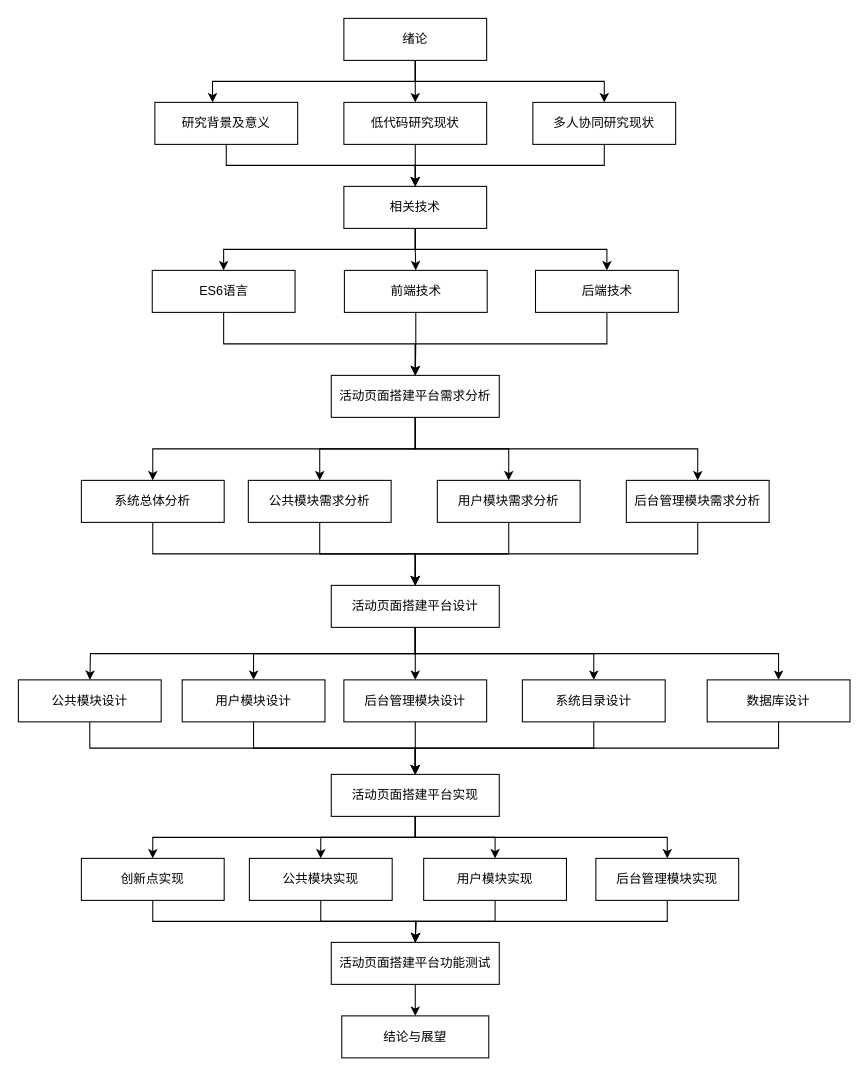
Before: 论文的技术路线图.drawio in yuxinyu12345/diagrams, a draw.io diagram. Source tidied: cells renumbered, new cells numbered last; positions are measured from the earlier drawing's top-left corner, leaving out a move shared by most shapes. Both pictures are drawn from the tidied source at 105%, with x=0, y=0 at pixel (18, 18).
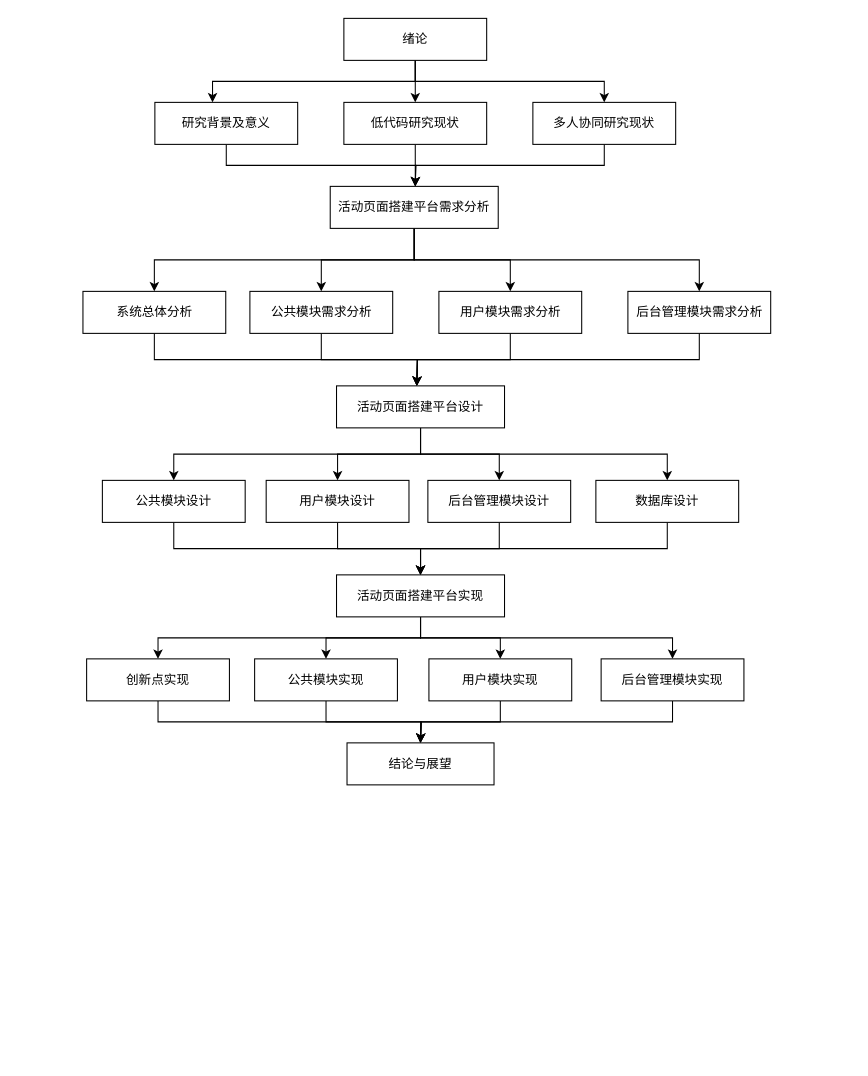
After the change.

Commit message (it also covers changes not shown here):
更新论文的技术路线图.drawio

Unchanged cells that the change refers to:
```xml
<mxCell id="6" value="研究背景及意义" style="rounded=0;whiteSpace=wrap;html=1;" parent="1" vertex="1">
  <mxGeometry x="130" y="80" width="136" height="40" as="geometry" />
</mxCell>
<mxCell id="8" value="低代码研究现状" style="rounded=0;whiteSpace=wrap;html=1;" parent="1" vertex="1">
  <mxGeometry x="310" y="80" width="136" height="40" as="geometry" />
</mxCell>
<mxCell id="10" value="多人协同研究现状" style="rounded=0;whiteSpace=wrap;html=1;" parent="1" vertex="1">
  <mxGeometry x="490" y="80" width="136" height="40" as="geometry" />
</mxCell>
```

What changed in the source:
```diff
@@
-    <mxCell id="5" style="edgeStyle=orthogonalEdgeStyle;rounded=0;jettySize=auto;html=1;exitX=0.5;exitY=1;exitDx=0;exitDy=0;entryX=0.5;entryY=0;entryDx=0;entryDy=0;" parent="1" edge="1" source="6" target="56">
-      <mxGeometry relative="1" as="geometry" />
+    <mxCell id="5" style="edgeStyle=orthogonalEdgeStyle;rounded=0;jettySize=auto;html=1;exitX=0.5;exitY=1;exitDx=0;exitDy=0;entryX=0.5;entryY=0;entryDx=0;entryDy=0;" parent="1" edge="1" source="6">
+      <mxGeometry relative="1" as="geometry">
+        <mxPoint x="378" y="160" as="targetPoint" />
+      </mxGeometry>
     </mxCell>
@@
-    <mxCell id="7" style="edgeStyle=orthogonalEdgeStyle;rounded=0;jettySize=auto;html=1;exitX=0.5;exitY=1;exitDx=0;exitDy=0;entryX=0.5;entryY=0;entryDx=0;entryDy=0;" parent="1" edge="1" source="8" target="56">
-      <mxGeometry relative="1" as="geometry" />
+    <mxCell id="7" style="edgeStyle=orthogonalEdgeStyle;rounded=0;jettySize=auto;html=1;exitX=0.5;exitY=1;exitDx=0;exitDy=0;entryX=0.5;entryY=0;entryDx=0;entryDy=0;" parent="1" edge="1" source="8">
+      <mxGeometry relative="1" as="geometry">
+        <mxPoint x="378" y="160" as="targetPoint" />
+      </mxGeometry>
     </mxCell>
@@
-    <mxCell id="9" style="edgeStyle=orthogonalEdgeStyle;rounded=0;jettySize=auto;html=1;exitX=0.5;exitY=1;exitDx=0;exitDy=0;entryX=0.5;entryY=0;entryDx=0;entryDy=0;" parent="1" edge="1" source="10" target="56">
-      <mxGeometry relative="1" as="geometry" />
+    <mxCell id="9" style="edgeStyle=orthogonalEdgeStyle;rounded=0;jettySize=auto;html=1;exitX=0.5;exitY=1;exitDx=0;exitDy=0;entryX=0.5;entryY=0;entryDx=0;entryDy=0;" parent="1" edge="1" source="10">
+      <mxGeometry relative="1" as="geometry">
+        <mxPoint x="378" y="160" as="targetPoint" />
+      </mxGeometry>
     </mxCell>
@@
+    <mxCell id="14" style="edgeStyle=orthogonalEdgeStyle;rounded=0;jettySize=auto;html=1;exitX=0.5;exitY=1;exitDx=0;exitDy=0;entryX=0.5;entryY=0;entryDx=0;entryDy=0;" parent="1" edge="1" source="15" target="66">
+      <mxGeometry relative="1" as="geometry" />
+    </mxCell>
-    <mxCell id="11" style="edgeStyle=orthogonalEdgeStyle;rounded=0;jettySize=auto;html=1;exitX=0.5;exitY=1;exitDx=0;exitDy=0;entryX=0.5;entryY=0;entryDx=0;entryDy=0;" parent="1" edge="1" source="15" target="17">
+    <mxCell id="11" style="edgeStyle=orthogonalEdgeStyle;rounded=0;jettySize=auto;html=1;exitX=0.5;exitY=1;exitDx=0;exitDy=0;" parent="1" edge="1" source="15" target="17">
       <mxGeometry relative="1" as="geometry" />
     </mxCell>
-    <mxCell id="12" style="edgeStyle=orthogonalEdgeStyle;rounded=0;jettySize=auto;html=1;exitX=0.5;exitY=1;exitDx=0;exitDy=0;entryX=0.5;entryY=0;entryDx=0;entryDy=0;" parent="1" edge="1" source="15" target="19">
+    <mxCell id="12" style="edgeStyle=orthogonalEdgeStyle;rounded=0;jettySize=auto;html=1;exitX=0.5;exitY=1;exitDx=0;exitDy=0;" parent="1" edge="1" source="15" target="19">
       <mxGeometry relative="1" as="geometry" />
     </mxCell>
-    <mxCell id="13" style="edgeStyle=orthogonalEdgeStyle;rounded=0;jettySize=auto;html=1;exitX=0.5;exitY=1;exitDx=0;exitDy=0;entryX=0.5;entryY=0;entryDx=0;entryDy=0;" parent="1" edge="1" source="15" target="21">
+    <mxCell id="13" style="edgeStyle=orthogonalEdgeStyle;rounded=0;jettySize=auto;html=1;exitX=0.5;exitY=1;exitDx=0;exitDy=0;" parent="1" edge="1" source="15" target="21">
       <mxGeometry relative="1" as="geometry" />
     </mxCell>
-    <mxCell id="14" style="edgeStyle=orthogonalEdgeStyle;rounded=0;jettySize=auto;html=1;exitX=0.5;exitY=1;exitDx=0;exitDy=0;entryX=0.5;entryY=0;entryDx=0;entryDy=0;" parent="1" edge="1" source="15" target="66">
-      <mxGeometry relative="1" as="geometry" />
-    </mxCell>
     <mxCell id="15" value="活动页面搭建平台需求分析" style="rounded=0;whiteSpace=wrap;html=1;" parent="1" vertex="1">
-      <mxGeometry x="298" y="340" width="160" height="40" as="geometry" />
+      <mxGeometry x="297" y="160" width="160" height="40" as="geometry" />
     </mxCell>
-    <mxCell id="16" style="edgeStyle=orthogonalEdgeStyle;rounded=0;jettySize=auto;html=1;exitX=0.5;exitY=1;exitDx=0;exitDy=0;entryX=0.5;entryY=0;entryDx=0;entryDy=0;" parent="1" edge="1" source="17" target="27">
-      <mxGeometry relative="1" as="geometry" />
+    <mxCell id="16" style="edgeStyle=orthogonalEdgeStyle;rounded=0;jettySize=auto;html=1;exitX=0.5;exitY=1;exitDx=0;exitDy=0;entryX=0.5;entryY=0;entryDx=0;entryDy=0;" parent="1" edge="1" source="17">
+      <mxGeometry relative="1" as="geometry">
+        <mxPoint x="379.5" y="350" as="targetPoint" />
+      </mxGeometry>
     </mxCell>
     <mxCell id="17" value="公共模块需求分析" style="rounded=0;whiteSpace=wrap;html=1;" parent="1" vertex="1">
-      <mxGeometry x="219" y="440" width="136" height="40" as="geometry" />
+      <mxGeometry x="220.5" y="260" width="136" height="40" as="geometry" />
     </mxCell>
-    <mxCell id="18" style="edgeStyle=orthogonalEdgeStyle;rounded=0;jettySize=auto;html=1;exitX=0.5;exitY=1;exitDx=0;exitDy=0;entryX=0.5;entryY=0;entryDx=0;entryDy=0;" parent="1" edge="1" source="19" target="27">
-      <mxGeometry relative="1" as="geometry" />
+    <mxCell id="18" style="edgeStyle=orthogonalEdgeStyle;rounded=0;jettySize=auto;html=1;exitX=0.5;exitY=1;exitDx=0;exitDy=0;entryX=0.5;entryY=0;entryDx=0;entryDy=0;" parent="1" edge="1" source="19">
+      <mxGeometry relative="1" as="geometry">
+        <mxPoint x="379.5" y="350" as="targetPoint" />
+      </mxGeometry>
     </mxCell>
     <mxCell id="19" value="用户模块需求分析" style="rounded=0;whiteSpace=wrap;html=1;" parent="1" vertex="1">
-      <mxGeometry x="399" y="440" width="136" height="40" as="geometry" />
+      <mxGeometry x="400.5" y="260" width="136" height="40" as="geometry" />
     </mxCell>
-    <mxCell id="20" style="edgeStyle=orthogonalEdgeStyle;rounded=0;jettySize=auto;html=1;exitX=0.5;exitY=1;exitDx=0;exitDy=0;entryX=0.5;entryY=0;entryDx=0;entryDy=0;" parent="1" edge="1" source="21" target="27">
-      <mxGeometry relative="1" as="geometry" />
+    <mxCell id="20" style="edgeStyle=orthogonalEdgeStyle;rounded=0;jettySize=auto;html=1;exitX=0.5;exitY=1;exitDx=0;exitDy=0;entryX=0.5;entryY=0;entryDx=0;entryDy=0;" parent="1" edge="1" source="21">
+      <mxGeometry relative="1" as="geometry">
+        <mxPoint x="379.5" y="350" as="targetPoint" />
+      </mxGeometry>
     </mxCell>
     <mxCell id="21" value="后台管理模块需求分析" style="rounded=0;whiteSpace=wrap;html=1;" parent="1" vertex="1">
-      <mxGeometry x="579" y="440" width="136" height="40" as="geometry" />
+      <mxGeometry x="580.5" y="260" width="136" height="40" as="geometry" />
     </mxCell>
-    <mxCell id="22" style="edgeStyle=orthogonalEdgeStyle;rounded=0;jettySize=auto;html=1;exitX=0.5;exitY=1;exitDx=0;exitDy=0;" parent="1" edge="1" source="27">
-      <mxGeometry relative="1" as="geometry">
-        <mxPoint x="68.1" y="630" as="targetPoint" />
-      </mxGeometry>
-    </mxCell>
@@
-    <mxCell id="25" style="edgeStyle=orthogonalEdgeStyle;rounded=0;jettySize=auto;html=1;exitX=0.5;exitY=1;exitDx=0;exitDy=0;" parent="1" edge="1" source="27" target="35">
-      <mxGeometry relative="1" as="geometry" />
-    </mxCell>
@@
+    <mxCell id="67" style="edgeStyle=orthogonalEdgeStyle;rounded=0;jettySize=auto;html=1;exitX=0.5;exitY=1;exitDx=0;exitDy=0;entryX=0.5;entryY=0;entryDx=0;entryDy=0;" parent="1" edge="1" source="27" target="29">
+      <mxGeometry relative="1" as="geometry" />
+    </mxCell>
     <mxCell id="27" value="活动页面搭建平台设计" style="rounded=0;whiteSpace=wrap;html=1;" parent="1" vertex="1">
-      <mxGeometry x="298" y="540" width="160" height="40" as="geometry" />
+      <mxGeometry x="303" y="350" width="160" height="40" as="geometry" />
     </mxCell>
@@
     <mxCell id="29" value="公共模块设计" style="rounded=0;whiteSpace=wrap;html=1;" parent="1" vertex="1">
-      <mxGeometry y="630" width="136" height="40" as="geometry" />
+      <mxGeometry x="80" y="440" width="136" height="40" as="geometry" />
     </mxCell>
@@
     <mxCell id="31" value="用户模块设计" style="rounded=0;whiteSpace=wrap;html=1;" parent="1" vertex="1">
-      <mxGeometry x="156" y="630" width="136" height="40" as="geometry" />
+      <mxGeometry x="236" y="440" width="136" height="40" as="geometry" />
     </mxCell>
@@
     <mxCell id="33" value="后台管理模块设计" style="rounded=0;whiteSpace=wrap;html=1;" parent="1" vertex="1">
-      <mxGeometry x="310" y="630" width="136" height="40" as="geometry" />
+      <mxGeometry x="390" y="440" width="136" height="40" as="geometry" />
     </mxCell>
-    <mxCell id="34" style="edgeStyle=orthogonalEdgeStyle;rounded=0;jettySize=auto;html=1;exitX=0.5;exitY=1;exitDx=0;exitDy=0;entryX=0.5;entryY=0;entryDx=0;entryDy=0;" parent="1" edge="1" source="35" target="40">
-      <mxGeometry relative="1" as="geometry" />
-    </mxCell>
-    <mxCell id="35" value="系统目录设计" style="rounded=0;whiteSpace=wrap;html=1;" parent="1" vertex="1">
-      <mxGeometry x="480" y="630" width="136" height="40" as="geometry" />
-    </mxCell>
@@
     <mxCell id="40" value="活动页面搭建平台实现" style="rounded=0;whiteSpace=wrap;html=1;" parent="1" vertex="1">
-      <mxGeometry x="298" y="720" width="160" height="40" as="geometry" />
+      <mxGeometry x="303" y="530" width="160" height="40" as="geometry" />
     </mxCell>
     <mxCell id="41" style="edgeStyle=orthogonalEdgeStyle;rounded=0;jettySize=auto;html=1;exitX=0.5;exitY=1;exitDx=0;exitDy=0;entryX=0.5;entryY=0;entryDx=0;entryDy=0;" parent="1" edge="1" source="42">
       <mxGeometry relative="1" as="geometry">
-        <mxPoint x="378" y="880" as="targetPoint" />
+        <mxPoint x="383" y="690" as="targetPoint" />
       </mxGeometry>
     </mxCell>
     <mxCell id="42" value="公共模块实现" style="rounded=0;whiteSpace=wrap;html=1;" parent="1" vertex="1">
-      <mxGeometry x="220" y="800" width="136" height="40" as="geometry" />
+      <mxGeometry x="225" y="610" width="136" height="40" as="geometry" />
     </mxCell>
     <mxCell id="43" style="edgeStyle=orthogonalEdgeStyle;rounded=0;jettySize=auto;html=1;exitX=0.5;exitY=1;exitDx=0;exitDy=0;entryX=0.5;entryY=0;entryDx=0;entryDy=0;" parent="1" edge="1" source="44">
       <mxGeometry relative="1" as="geometry">
-        <mxPoint x="378" y="880" as="targetPoint" />
+        <mxPoint x="383" y="690" as="targetPoint" />
       </mxGeometry>
     </mxCell>
     <mxCell id="44" value="用户模块实现" style="rounded=0;whiteSpace=wrap;html=1;" parent="1" vertex="1">
-      <mxGeometry x="386" y="800" width="136" height="40" as="geometry" />
+      <mxGeometry x="391" y="610" width="136" height="40" as="geometry" />
     </mxCell>
     <mxCell id="45" style="edgeStyle=orthogonalEdgeStyle;rounded=0;jettySize=auto;html=1;exitX=0.5;exitY=1;exitDx=0;exitDy=0;entryX=0.5;entryY=0;entryDx=0;entryDy=0;" parent="1" edge="1" source="46">
       <mxGeometry relative="1" as="geometry">
-        <mxPoint x="378" y="880" as="targetPoint" />
+        <mxPoint x="383" y="690" as="targetPoint" />
       </mxGeometry>
     </mxCell>
     <mxCell id="46" value="后台管理模块实现" style="rounded=0;whiteSpace=wrap;html=1;" parent="1" vertex="1">
-      <mxGeometry x="550" y="800" width="136" height="40" as="geometry" />
+      <mxGeometry x="555" y="610" width="136" height="40" as="geometry" />
     </mxCell>
     <mxCell id="47" style="edgeStyle=orthogonalEdgeStyle;rounded=0;jettySize=auto;html=1;exitX=0.5;exitY=1;exitDx=0;exitDy=0;entryX=0.5;entryY=0;entryDx=0;entryDy=0;" parent="1" edge="1" source="48">
       <mxGeometry relative="1" as="geometry">
-        <mxPoint x="378" y="880" as="targetPoint" />
+        <mxPoint x="383" y="690" as="targetPoint" />
       </mxGeometry>
     </mxCell>
     <mxCell id="48" value="创新点实现" style="rounded=0;whiteSpace=wrap;html=1;" parent="1" vertex="1">
-      <mxGeometry x="60" y="800" width="136" height="40" as="geometry" />
+      <mxGeometry x="65" y="610" width="136" height="40" as="geometry" />
     </mxCell>
-    <mxCell id="49" style="edgeStyle=orthogonalEdgeStyle;rounded=0;jettySize=auto;html=1;exitX=0.5;exitY=1;exitDx=0;exitDy=0;entryX=0.5;entryY=0;entryDx=0;entryDy=0;" parent="1" edge="1" source="50" target="51">
-      <mxGeometry relative="1" as="geometry" />
-    </mxCell>
-    <mxCell id="50" value="活动页面搭建平台功能测试" style="rounded=0;whiteSpace=wrap;html=1;" parent="1" vertex="1">
-      <mxGeometry x="298" y="880" width="160" height="40" as="geometry" />
-    </mxCell>
     <mxCell id="51" value="结论与展望" style="rounded=0;whiteSpace=wrap;html=1;" parent="1" vertex="1">
-      <mxGeometry x="308" y="950" width="140" height="40" as="geometry" />
+      <mxGeometry x="313" y="690" width="140" height="40" as="geometry" />
     </mxCell>
@@
-    <mxCell id="53" style="edgeStyle=orthogonalEdgeStyle;rounded=0;jettySize=auto;html=1;exitX=0.5;exitY=1;exitDx=0;exitDy=0;entryX=0.5;entryY=0;entryDx=0;entryDy=0;" parent="1" edge="1" source="56" target="58">
-      <mxGeometry relative="1" as="geometry" />
-    </mxCell>
-    <mxCell id="54" style="edgeStyle=orthogonalEdgeStyle;rounded=0;jettySize=auto;html=1;exitX=0.5;exitY=1;exitDx=0;exitDy=0;entryX=0.5;entryY=0;entryDx=0;entryDy=0;" parent="1" edge="1" source="56" target="60">
-      <mxGeometry relative="1" as="geometry" />
-    </mxCell>
-    <mxCell id="55" style="edgeStyle=orthogonalEdgeStyle;rounded=0;jettySize=auto;html=1;exitX=0.5;exitY=1;exitDx=0;exitDy=0;" parent="1" edge="1" source="56" target="62">
-      <mxGeometry relative="1" as="geometry" />
-    </mxCell>
-    <mxCell id="56" value="相关技术" style="rounded=0;whiteSpace=wrap;html=1;" parent="1" vertex="1">
-      <mxGeometry x="310" y="160" width="136" height="40" as="geometry" />
-    </mxCell>
-    <mxCell id="57" style="edgeStyle=orthogonalEdgeStyle;rounded=0;jettySize=auto;html=1;exitX=0.5;exitY=1;exitDx=0;exitDy=0;entryX=0.5;entryY=0;entryDx=0;entryDy=0;" parent="1" edge="1" source="58" target="15">
-      <mxGeometry relative="1" as="geometry" />
-    </mxCell>
-    <mxCell id="58" value="ES6语言" style="rounded=0;whiteSpace=wrap;html=1;" parent="1" vertex="1">
-      <mxGeometry x="127.5" y="240" width="136" height="40" as="geometry" />
-    </mxCell>
-    <mxCell id="59" style="edgeStyle=orthogonalEdgeStyle;rounded=0;jettySize=auto;html=1;exitX=0.5;exitY=1;exitDx=0;exitDy=0;entryX=0.5;entryY=0;entryDx=0;entryDy=0;" parent="1" edge="1" source="60" target="15">
-      <mxGeometry relative="1" as="geometry" />
-    </mxCell>
-    <mxCell id="60" value="前端技术" style="rounded=0;whiteSpace=wrap;html=1;" parent="1" vertex="1">
-      <mxGeometry x="310.5" y="240" width="136" height="40" as="geometry" />
-    </mxCell>
-    <mxCell id="61" style="edgeStyle=orthogonalEdgeStyle;rounded=0;jettySize=auto;html=1;exitX=0.5;exitY=1;exitDx=0;exitDy=0;entryX=0.5;entryY=0;entryDx=0;entryDy=0;" parent="1" edge="1" source="62" target="15">
-      <mxGeometry relative="1" as="geometry" />
-    </mxCell>
-    <mxCell id="62" value="后端技术" style="rounded=0;whiteSpace=wrap;html=1;" parent="1" vertex="1">
-      <mxGeometry x="492.5" y="240" width="136" height="40" as="geometry" />
-    </mxCell>
@@
     <mxCell id="64" value="数据库设计" style="rounded=0;whiteSpace=wrap;html=1;" parent="1" vertex="1">
-      <mxGeometry x="656" y="630" width="136" height="40" as="geometry" />
+      <mxGeometry x="550" y="440" width="136" height="40" as="geometry" />
     </mxCell>
-    <mxCell id="65" style="edgeStyle=orthogonalEdgeStyle;rounded=0;jettySize=auto;html=1;exitX=0.5;exitY=1;exitDx=0;exitDy=0;entryX=0.5;entryY=0;entryDx=0;entryDy=0;" parent="1" edge="1" source="66" target="27">
-      <mxGeometry relative="1" as="geometry" />
+    <mxCell id="65" style="edgeStyle=orthogonalEdgeStyle;rounded=0;jettySize=auto;html=1;exitX=0.5;exitY=1;exitDx=0;exitDy=0;entryX=0.5;entryY=0;entryDx=0;entryDy=0;" parent="1" edge="1" source="66">
+      <mxGeometry relative="1" as="geometry">
+        <mxPoint x="379.5" y="350" as="targetPoint" />
+      </mxGeometry>
     </mxCell>
     <mxCell id="66" value="系统总体分析" style="rounded=0;whiteSpace=wrap;html=1;" parent="1" vertex="1">
-      <mxGeometry x="60" y="440" width="136" height="40" as="geometry" />
+      <mxGeometry x="61.5" y="260" width="136" height="40" as="geometry" />
     </mxCell>
```
